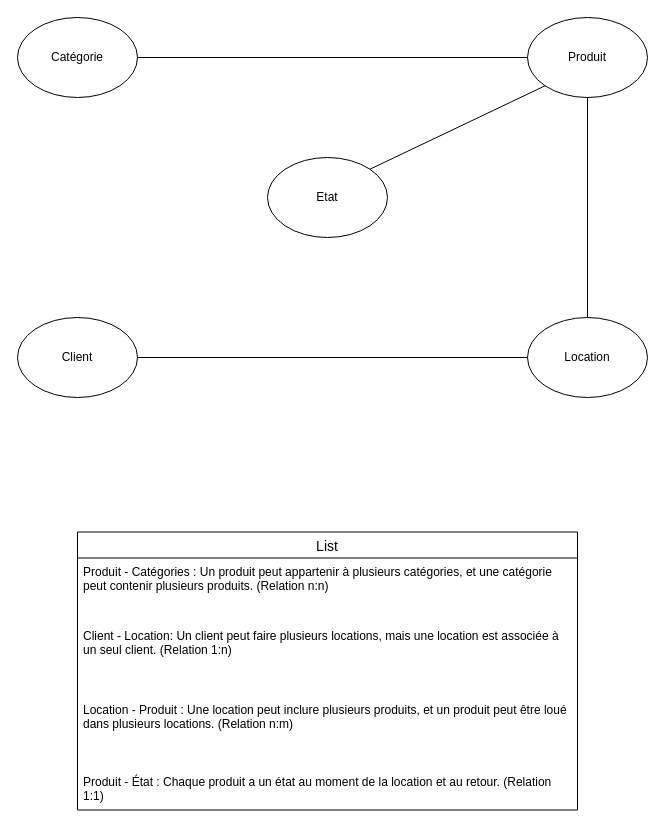
Selimjerbi66/esirem keeps this draw.io diagram as Diagramme sans nom.drawio. Above is the earlier version. Source tidied: cells renumbered, new cells numbered last; positions are measured from the earlier drawing's top-left corner, leaving out a move shared by most shapes. Both pictures are drawn from the tidied source at 100%, with x=0, y=0 at pixel (17, 17).
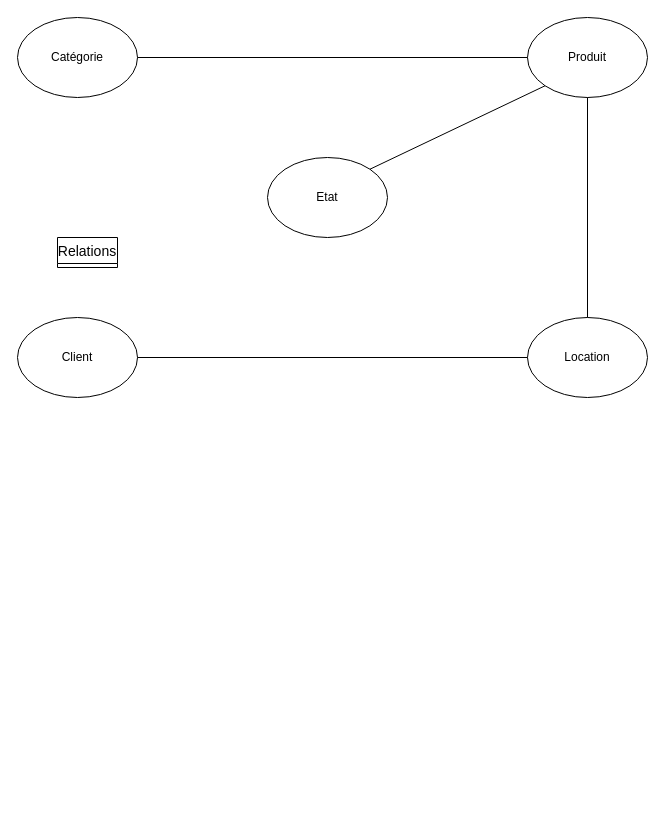
The same page after the edit.

Commit message (it also covers changes not shown here):
Mettre à jour Diagramme sans nom.drawio

What changed in the source:
```diff
@@
 <mxGraphModel>
   <root>
     <mxCell id="0" />
     <mxCell id="1" parent="0" />
     <mxCell id="2" value="Client" style="ellipse;whiteSpace=wrap;html=1;" parent="1" vertex="1">
       <mxGeometry y="300" width="120" height="80" as="geometry" />
     </mxCell>
     <mxCell id="3" value="Location" style="ellipse;whiteSpace=wrap;html=1;" parent="1" vertex="1">
       <mxGeometry x="510" y="300" width="120" height="80" as="geometry" />
     </mxCell>
     <mxCell id="4" value="Produit" style="ellipse;whiteSpace=wrap;html=1;" parent="1" vertex="1">
       <mxGeometry x="510" width="120" height="80" as="geometry" />
     </mxCell>
     <mxCell id="5" value="Etat" style="ellipse;whiteSpace=wrap;html=1;" parent="1" vertex="1">
       <mxGeometry x="250" y="140" width="120" height="80" as="geometry" />
     </mxCell>
     <mxCell id="6" value="Catégorie" style="ellipse;whiteSpace=wrap;html=1;" parent="1" vertex="1">
       <mxGeometry width="120" height="80" as="geometry" />
     </mxCell>
     <mxCell id="7" style="endArrow=none;html=1;rounded=0;entryX=0;entryY=0.5;entryDx=0;entryDy=0;exitX=1;exitY=0.5;exitDx=0;exitDy=0;" parent="1" edge="1" source="6" target="4">
       <mxGeometry relative="1" as="geometry" />
     </mxCell>
     <mxCell id="8" style="endArrow=none;html=1;rounded=0;entryX=0.5;entryY=1;entryDx=0;entryDy=0;exitX=0.5;exitY=0;exitDx=0;exitDy=0;" parent="1" edge="1" source="3" target="4">
       <mxGeometry relative="1" as="geometry" />
     </mxCell>
     <mxCell id="9" style="endArrow=none;html=1;rounded=0;exitX=1;exitY=0.5;exitDx=0;exitDy=0;entryX=0;entryY=0.5;entryDx=0;entryDy=0;" parent="1" edge="1" source="2" target="3">
       <mxGeometry relative="1" as="geometry" />
     </mxCell>
     <mxCell id="10" style="endArrow=none;html=1;rounded=0;exitX=1;exitY=0;exitDx=0;exitDy=0;entryX=0;entryY=1;entryDx=0;entryDy=0;" parent="1" edge="1" source="5" target="4">
       <mxGeometry relative="1" as="geometry" />
     </mxCell>
-    <mxCell id="11" value="List" style="swimlane;fontStyle=0;horizontal=1;startSize=26;align=center;fontSize=14;" parent="1" vertex="1">
-      <mxGeometry x="60" y="514.5" width="500" height="278" as="geometry" />
+    <mxCell id="11" value="Relations" style="swimlane;fontStyle=0;horizontal=1;startSize=26;align=center;fontSize=14;" parent="1" vertex="1" collapsed="1">
+      <mxGeometry x="40" y="220" width="60" height="30" as="geometry" />
     </mxCell>
-    <mxCell id="12" value="Produit - Catégories : Un produit peut appartenir à plusieurs catégories, et une catégorie peut contenir plusieurs produits. (Relation n:n)" style="text;strokeColor=none;fillColor=none;spacingLeft=4;spacingRight=4;overflow=hidden;fontSize=12;whiteSpace=wrap;html=1;" parent="11" vertex="1">
-      <mxGeometry y="26" width="500" height="64" as="geometry" />
-    </mxCell>
-    <mxCell id="13" value="Client - Location: Un client peut faire plusieurs locations, mais une location est associée à un seul client. (Relation 1:n)" style="text;strokeColor=none;fillColor=none;spacingLeft=4;spacingRight=4;overflow=hidden;fontSize=12;whiteSpace=wrap;html=1;" parent="11" vertex="1">
-      <mxGeometry y="90" width="500" height="74" as="geometry" />
-    </mxCell>
-    <mxCell id="14" value="Location - Produit : Une location peut inclure plusieurs produits, et un produit peut être loué dans plusieurs locations. (Relation n:m)&lt;div&gt;&lt;br&gt;&lt;/div&gt;&lt;div&gt;&lt;br&gt;&lt;/div&gt;&lt;div&gt;&lt;br&gt;&lt;div&gt;Produit - État : Chaque produit a un état au moment de la location et au retour. (Relation 1:1)&lt;/div&gt;&lt;/div&gt;" style="text;strokeColor=none;fillColor=none;spacingLeft=4;spacingRight=4;overflow=hidden;fontSize=12;whiteSpace=wrap;html=1;" parent="11" vertex="1">
-      <mxGeometry y="164" width="500" height="114" as="geometry" />
-    </mxCell>
   </root>
 </mxGraphModel>
```
